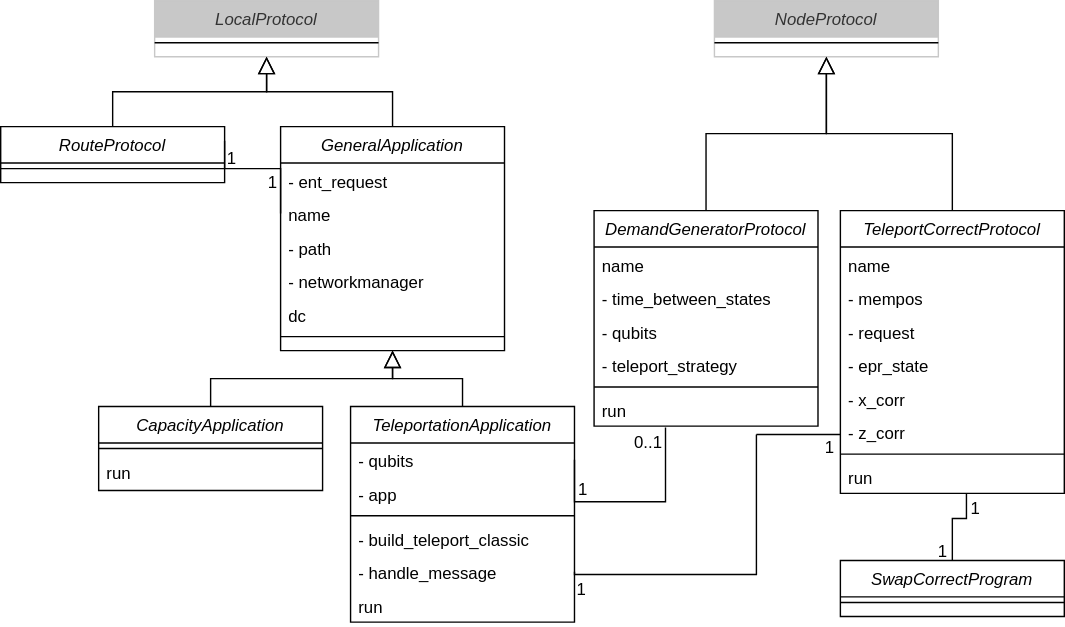
Earlier version of the draw.io export Diagramas/Clase/tec-applications.svg (davidpcuvigo/quantumcity). Source tidied: cells renumbered, new cells last; positions are measured from the earlier drawing's top-left corner, leaving out a move shared by most shapes.
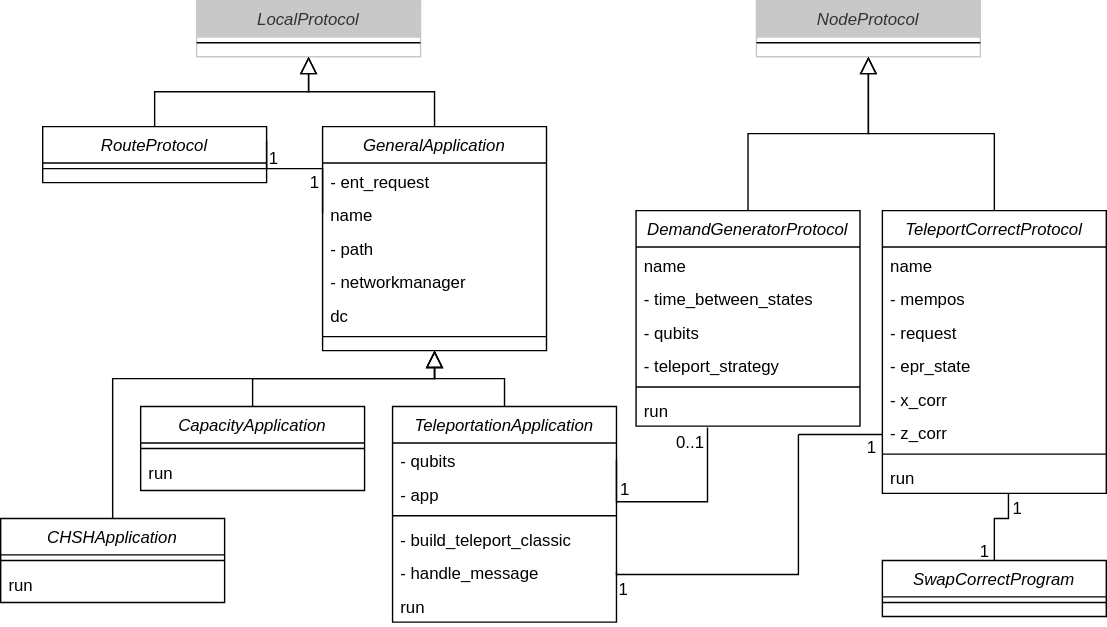
After the change.

Diff of the diagram source:
```diff
@@ -226,5 +226,21 @@
         <mxPoint x="11" y="19" as="offset" />
       </mxGeometry>
     </mxCell>
+    <mxCell id="62" value="CHSHApplication" style="swimlane;fontStyle=2;align=center;verticalAlign=top;horizontal=1;startSize=26;rounded=0;shadow=0;strokeWidth=1;" parent="1" vertex="1">
+      <mxGeometry x="-30" y="370" width="160" height="60" as="geometry" />
+    </mxCell>
+    <mxCell id="63" style="line;html=1;strokeWidth=1;align=left;verticalAlign=middle;spacingTop=-1;spacingLeft=3;spacingRight=3;labelPosition=right;" parent="62" vertex="1">
+      <mxGeometry y="26" width="160" height="8" as="geometry" />
+    </mxCell>
+    <mxCell id="64" value="run" style="text;align=left;verticalAlign=top;spacingLeft=4;spacingRight=4;overflow=hidden;" parent="62" vertex="1">
+      <mxGeometry y="34" width="160" height="24" as="geometry" />
+    </mxCell>
+    <mxCell id="65" style="endArrow=block;endSize=10;endFill=0;shadow=0;strokeWidth=1;rounded=0;curved=0;edgeStyle=elbowEdgeStyle;elbow=vertical;exitX=0.5;exitY=0;exitDx=0;exitDy=0;entryX=0.5;entryY=1;entryDx=0;entryDy=0;" parent="1" edge="1" source="62" target="4">
+      <mxGeometry relative="1" as="geometry">
+        <Array as="points">
+          <mxPoint x="160" y="270" />
+        </Array>
+      </mxGeometry>
+    </mxCell>
   </root>
 </mxGraphModel>
```
